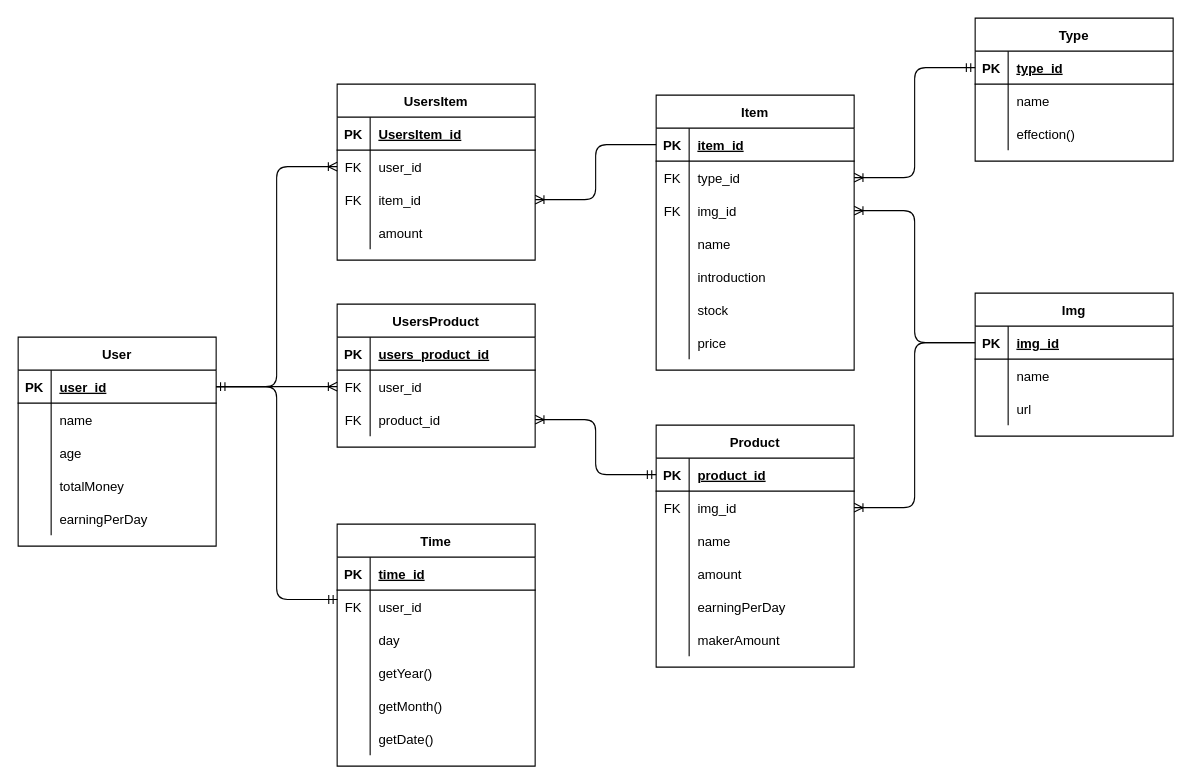
Before: ER.drawio in mcnLeandro/Clicker-Empire-Game, a draw.io diagram. Source tidied: cells renumbered, new cells numbered last; positions are measured from the earlier drawing's top-left corner, leaving out a move shared by most shapes. Both pictures are drawn from the tidied source at 110%, with x=0, y=0 at pixel (18, 18).
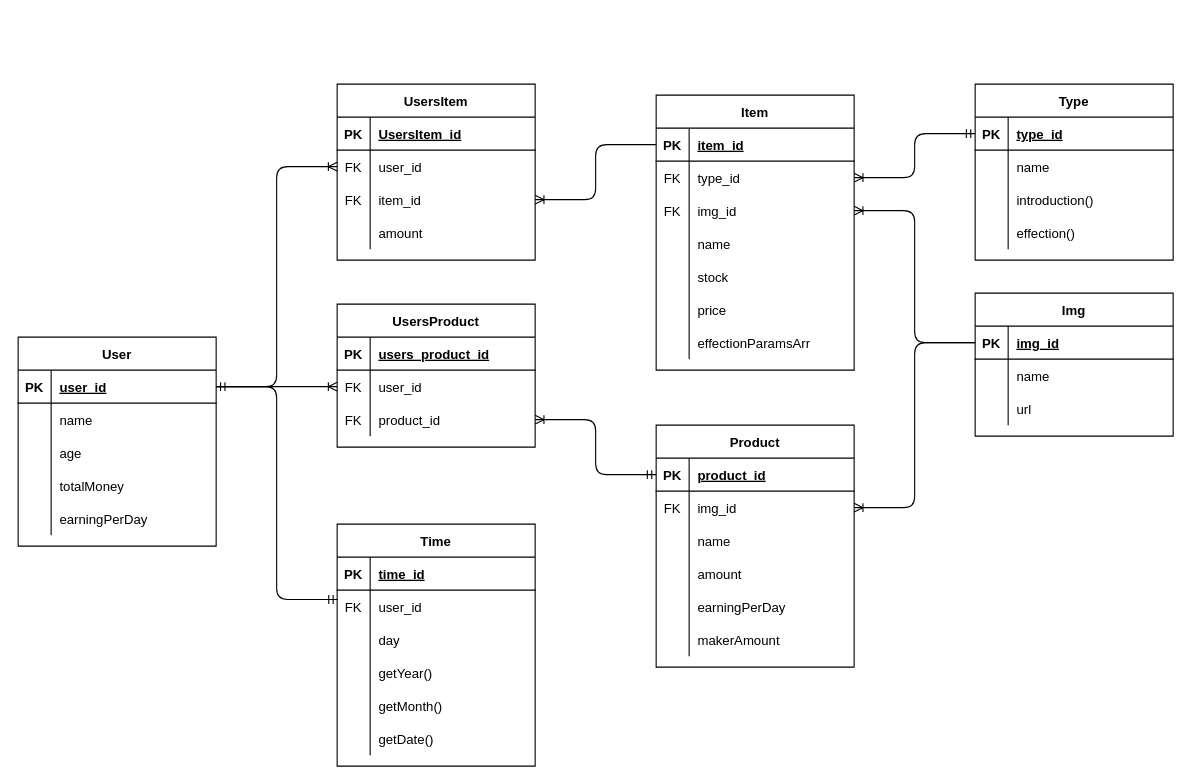
After the change.

The change refers to these unchanged cells:
```xml
<mxCell id="18" value="Item" style="shape=table;startSize=30;childLayout=tableLayout;rowLines=0;fontStyle=1;align=center;" parent="1" vertex="1">
  <mxGeometry x="580" y="70" width="180" height="250" as="geometry" />
</mxCell>
```

The edit, as a diff of the source:
```diff
@@
-    <mxCell id="31" style="shape=partialRectangle;fillColor=none;top=0;left=0;bottom=0;right=0;" parent="18" vertex="1">
-      <mxGeometry y="150" width="180" height="30" as="geometry" />
-    </mxCell>
-    <mxCell id="32" style="shape=partialRectangle;fillColor=none;top=0;left=0;bottom=0;right=0;overflow=hidden;" parent="31" vertex="1">
-      <mxGeometry width="30" height="30" as="geometry" />
-    </mxCell>
-    <mxCell id="33" value="introduction" style="shape=partialRectangle;fillColor=none;top=0;left=0;bottom=0;right=0;align=left;spacingLeft=6;overflow=hidden;" parent="31" vertex="1">
-      <mxGeometry x="30" width="150" height="30" as="geometry" />
-    </mxCell>
     <mxCell id="34" style="shape=partialRectangle;fillColor=none;top=0;left=0;bottom=0;right=0;" parent="18" vertex="1">
-      <mxGeometry y="180" width="180" height="30" as="geometry" />
+      <mxGeometry y="150" width="180" height="30" as="geometry" />
     </mxCell>
@@
     <mxCell id="37" style="shape=partialRectangle;fillColor=none;top=0;left=0;bottom=0;right=0;" parent="18" vertex="1">
-      <mxGeometry y="210" width="180" height="30" as="geometry" />
+      <mxGeometry y="180" width="180" height="30" as="geometry" />
     </mxCell>
@@
+    <mxCell id="129" style="shape=partialRectangle;fillColor=none;top=0;left=0;bottom=0;right=0;" parent="18" vertex="1">
+      <mxGeometry y="210" width="180" height="30" as="geometry" />
+    </mxCell>
+    <mxCell id="130" style="shape=partialRectangle;fillColor=none;top=0;left=0;bottom=0;right=0;overflow=hidden;" parent="129" vertex="1">
+      <mxGeometry width="30" height="30" as="geometry" />
+    </mxCell>
+    <mxCell id="131" value="effectionParamsArr" style="shape=partialRectangle;fillColor=none;top=0;left=0;bottom=0;right=0;align=left;spacingLeft=6;overflow=hidden;" parent="129" vertex="1">
+      <mxGeometry x="30" width="150" height="30" as="geometry" />
+    </mxCell>
@@
     <mxCell id="59" value="Type" style="shape=table;startSize=30;childLayout=tableLayout;rowLines=0;fontStyle=1;align=center;" parent="1" vertex="1">
-      <mxGeometry x="870" width="180" height="130" as="geometry" />
+      <mxGeometry x="870" y="60" width="180" height="160" as="geometry" />
     </mxCell>
@@
+    <mxCell id="132" style="shape=partialRectangle;fillColor=none;top=0;left=0;bottom=0;right=0;" parent="59" vertex="1">
+      <mxGeometry y="90" width="180" height="30" as="geometry" />
+    </mxCell>
+    <mxCell id="133" style="shape=partialRectangle;fillColor=none;top=0;left=0;bottom=0;right=0;overflow=hidden;" parent="132" vertex="1">
+      <mxGeometry width="30" height="30" as="geometry" />
+    </mxCell>
+    <mxCell id="134" value="introduction()" style="shape=partialRectangle;fillColor=none;top=0;left=0;bottom=0;right=0;align=left;spacingLeft=6;overflow=hidden;" parent="132" vertex="1">
+      <mxGeometry x="30" width="150" height="30" as="geometry" />
+    </mxCell>
     <mxCell id="66" style="shape=partialRectangle;fillColor=none;top=0;left=0;bottom=0;right=0;" parent="59" vertex="1">
-      <mxGeometry y="90" width="180" height="30" as="geometry" />
+      <mxGeometry y="120" width="180" height="30" as="geometry" />
     </mxCell>
```
